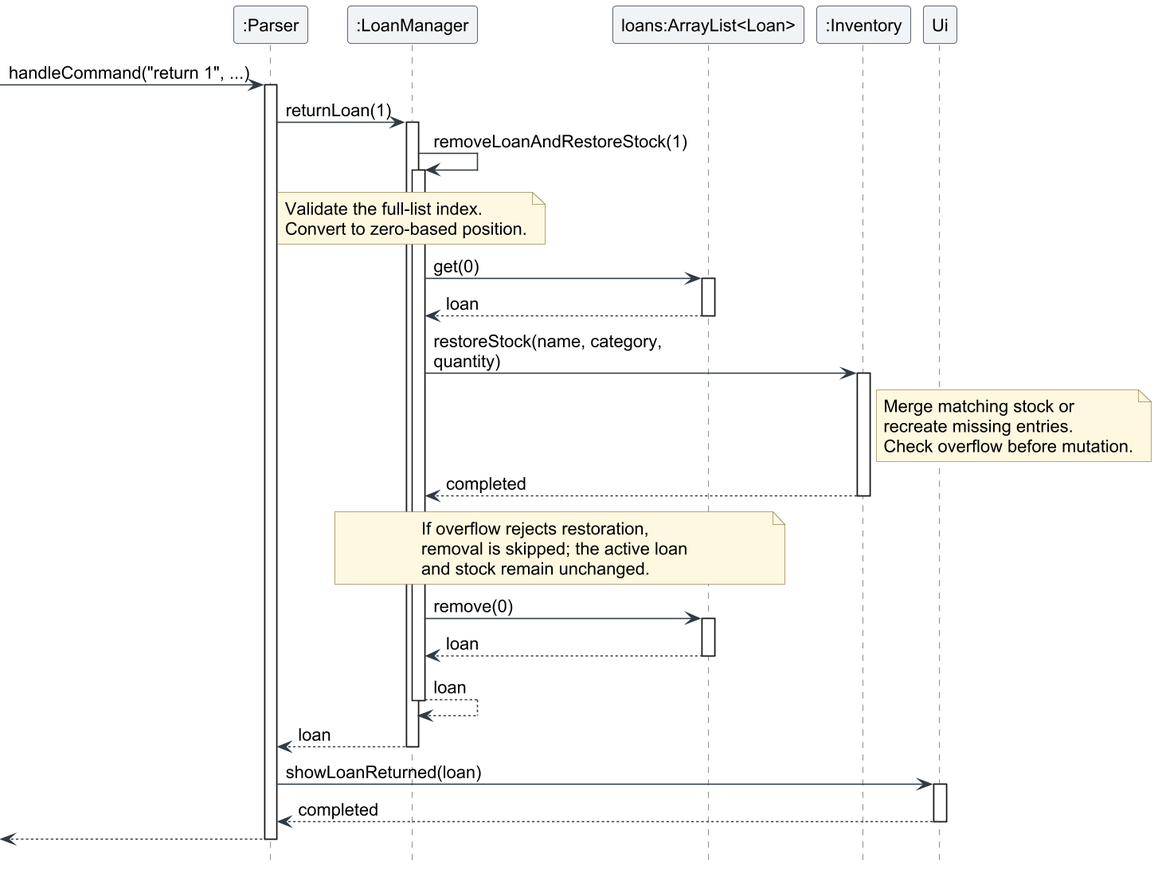
The PlantUML diagram docs/images/loan-return-sequence.png in AY2627S1-CS2113-T11-3/tp, before a commit.
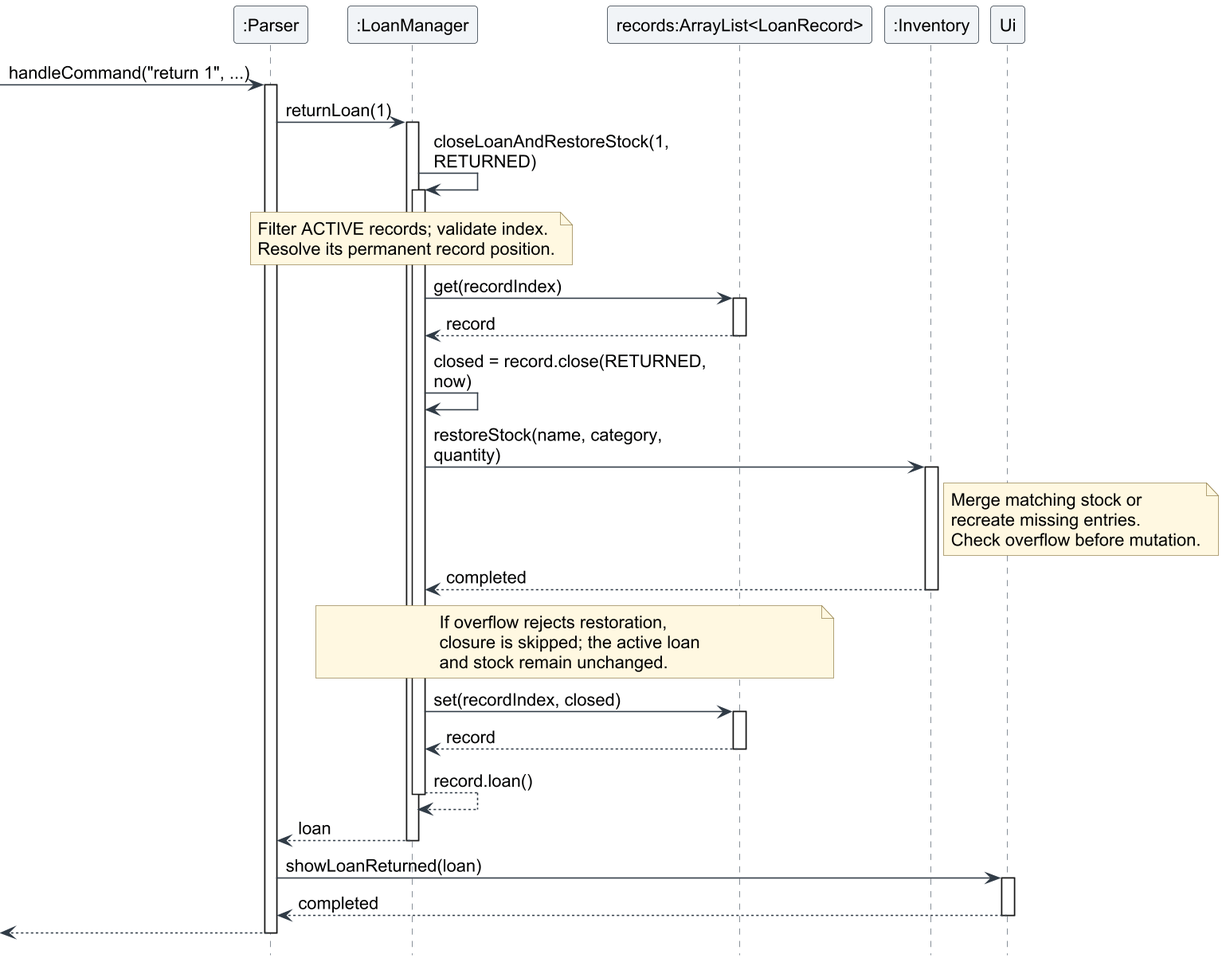
Above is the later version.

Diff of the diagram source:
```diff
@@ -5,7 +5,7 @@
 
 participant ":Parser" as Parser
 participant ":LoanManager" as Manager
-participant "loans:ArrayList<Loan>" as Loans
+participant "records:ArrayList<LoanRecord>" as Loans
 participant ":Inventory" as Inventory
 participant "Ui" as Ui
 
@@ -13,16 +13,17 @@
 activate Parser
 Parser -> Manager : returnLoan(1)
 activate Manager
-Manager -> Manager : removeLoanAndRestoreStock(1)
+Manager -> Manager : closeLoanAndRestoreStock(1, RETURNED)
 activate Manager
 note over Manager
-    Validate the full-list index.
-    Convert to zero-based position.
+    Filter ACTIVE records; validate index.
+    Resolve its permanent record position.
 end note
-Manager -> Loans : get(0)
+Manager -> Loans : get(recordIndex)
 activate Loans
-Loans --> Manager : loan
+Loans --> Manager : record
 deactivate Loans
+Manager -> Manager : closed = record.close(RETURNED, now)
 Manager -> Inventory : restoreStock(name, category, quantity)
 activate Inventory
 note right of Inventory
@@ -34,14 +35,14 @@
 deactivate Inventory
 note over Manager, Loans
     If overflow rejects restoration,
-    removal is skipped; the active loan
+    closure is skipped; the active loan
     and stock remain unchanged.
 end note
-Manager -> Loans : remove(0)
+Manager -> Loans : set(recordIndex, closed)
 activate Loans
-Loans --> Manager : loan
+Loans --> Manager : record
 deactivate Loans
-Manager --> Manager : loan
+Manager --> Manager : record.loan()
 deactivate Manager
 Manager --> Parser : loan
 deactivate Manager
```
